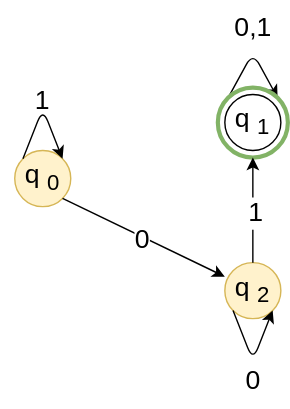
The draw.io diagram Slides/Figures/L01.drawio.svg in michaelsoltys/IAA, before a commit. Source tidied: cells renumbered, new cells last; positions are measured from the earlier drawing's top-left corner, leaving out a move shared by most shapes. Its diagram source:
```xml
<mxGraphModel>
  <root>
    <mxCell id="0" />
    <mxCell id="1" parent="0" />
    <mxCell id="2" value="q&lt;sub&gt;0&lt;/sub&gt;" style="ellipse;whiteSpace=wrap;html=1;fontSize=19;fillColor=#fff2cc;strokeColor=#d6b656;" parent="1" vertex="1">
      <mxGeometry x="10" y="107" width="40" height="40" as="geometry" />
    </mxCell>
    <mxCell id="3" value="q&lt;sub&gt;2&lt;/sub&gt;" style="ellipse;whiteSpace=wrap;html=1;fontSize=19;fillColor=#fff2cc;strokeColor=#d6b656;" parent="1" vertex="1">
      <mxGeometry x="160" y="187" width="40" height="40" as="geometry" />
    </mxCell>
    <mxCell id="4" value="q&lt;sub&gt;1&lt;/sub&gt;" style="ellipse;whiteSpace=wrap;html=1;fontSize=19;" parent="1" vertex="1">
      <mxGeometry x="160" y="67" width="40" height="40" as="geometry" />
    </mxCell>
    <mxCell id="5" style="edgeStyle=none;html=1;exitX=0;exitY=0;exitDx=0;exitDy=0;entryX=1;entryY=0;entryDx=0;entryDy=0;fontSize=19;" parent="1" edge="1" source="6" target="6">
      <mxGeometry relative="1" as="geometry">
        <Array as="points">
          <mxPoint x="180" y="37" />
        </Array>
      </mxGeometry>
    </mxCell>
    <mxCell id="6" style="ellipse;whiteSpace=wrap;html=1;fillColor=none;fontSize=19;strokeColor=#82b366;strokeWidth=3;" parent="1" vertex="1">
      <mxGeometry x="155" y="62" width="50" height="50" as="geometry" />
    </mxCell>
    <mxCell id="7" style="edgeStyle=none;jettySize=auto;html=1;exitX=1;exitY=1;exitDx=0;exitDy=0;entryX=0;entryY=0.25;entryDx=0;entryDy=0;entryPerimeter=0;fontSize=19;" parent="1" edge="1" source="2" target="3">
      <mxGeometry relative="1" as="geometry" />
    </mxCell>
    <mxCell id="8" value="0" style="edgeLabel;html=1;align=center;verticalAlign=middle;fontSize=19;" parent="7" vertex="1">
      <mxGeometry y="-2" relative="1" as="geometry" />
    </mxCell>
    <mxCell id="9" style="edgeStyle=none;orthogonalLoop=1;jettySize=auto;html=1;entryX=1;entryY=0;entryDx=0;entryDy=0;exitX=0;exitY=0;exitDx=0;exitDy=0;fontSize=19;" parent="1" edge="1" source="2" target="2">
      <mxGeometry relative="1" as="geometry">
        <Array as="points">
          <mxPoint x="30" y="77" />
        </Array>
      </mxGeometry>
    </mxCell>
    <mxCell id="10" value="1" style="text;strokeColor=none;align=center;fillColor=none;html=1;verticalAlign=middle;whiteSpace=wrap;rounded=0;fontSize=19;" parent="1" vertex="1">
      <mxGeometry y="57" width="60" height="30" as="geometry" />
    </mxCell>
    <mxCell id="11" value="0,1" style="text;html=1;align=center;verticalAlign=middle;strokeColor=none;fillColor=none;fontSize=19;" parent="1" vertex="1">
      <mxGeometry x="155" width="50" height="40" as="geometry" />
    </mxCell>
    <mxCell id="12" style="edgeStyle=none;orthogonalLoop=1;jettySize=auto;html=1;exitX=0;exitY=1;exitDx=0;exitDy=0;entryX=1;entryY=1;entryDx=0;entryDy=0;fontSize=19;" parent="1" edge="1" source="3" target="3">
      <mxGeometry relative="1" as="geometry">
        <Array as="points">
          <mxPoint x="180" y="257" />
        </Array>
      </mxGeometry>
    </mxCell>
    <mxCell id="13" value="0" style="text;html=1;align=center;verticalAlign=middle;strokeColor=none;fillColor=none;fontSize=19;" parent="1" vertex="1">
      <mxGeometry x="165" y="252" width="30" height="40" as="geometry" />
    </mxCell>
    <mxCell id="14" style="edgeStyle=none;jettySize=auto;html=1;exitX=0.5;exitY=0;exitDx=0;exitDy=0;entryX=0.5;entryY=1;entryDx=0;entryDy=0;fontSize=19;" parent="1" edge="1" source="3" target="6">
      <mxGeometry relative="1" as="geometry" />
    </mxCell>
    <mxCell id="15" value="1" style="edgeLabel;html=1;align=center;verticalAlign=middle;fontSize=19;" parent="14" vertex="1">
      <mxGeometry x="-0.04" y="-1" relative="1" as="geometry" />
    </mxCell>
  </root>
</mxGraphModel>
```
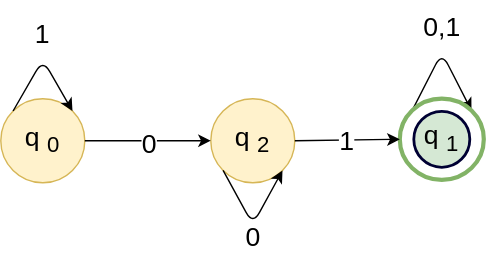
The same diagram one commit later.

Commit message:
Update L01.drawio.svg and adjust image size in slides_9.3.1.md

- Modified the SVG file to increase dimensions and adjust ellipse positions.
- Changed the image height in slides_9.3.1.md from 40 to 50 for better visibility.

Change to the diagram source:
```diff
@@ -3,25 +3,25 @@
     <mxCell id="0" />
     <mxCell id="1" parent="0" />
     <mxCell id="2" value="q&lt;sub&gt;0&lt;/sub&gt;" style="ellipse;whiteSpace=wrap;html=1;fontSize=19;fillColor=#fff2cc;strokeColor=#d6b656;" parent="1" vertex="1">
-      <mxGeometry x="10" y="107" width="40" height="40" as="geometry" />
+      <mxGeometry x="10" y="187" width="60" height="60" as="geometry" />
     </mxCell>
     <mxCell id="3" value="q&lt;sub&gt;2&lt;/sub&gt;" style="ellipse;whiteSpace=wrap;html=1;fontSize=19;fillColor=#fff2cc;strokeColor=#d6b656;" parent="1" vertex="1">
-      <mxGeometry x="160" y="187" width="40" height="40" as="geometry" />
+      <mxGeometry x="160" y="187" width="60" height="60" as="geometry" />
     </mxCell>
-    <mxCell id="4" value="q&lt;sub&gt;1&lt;/sub&gt;" style="ellipse;whiteSpace=wrap;html=1;fontSize=19;" parent="1" vertex="1">
-      <mxGeometry x="160" y="67" width="40" height="40" as="geometry" />
+    <mxCell id="4" value="q&lt;sub&gt;1&lt;/sub&gt;" style="ellipse;whiteSpace=wrap;html=1;fontSize=19;fillColor=#d5e8d4;strokeColor=light-dark(#000033,#446E2C);strokeWidth=2;" parent="1" vertex="1">
+      <mxGeometry x="305" y="196" width="40" height="40" as="geometry" />
     </mxCell>
     <mxCell id="5" style="edgeStyle=none;html=1;exitX=0;exitY=0;exitDx=0;exitDy=0;entryX=1;entryY=0;entryDx=0;entryDy=0;fontSize=19;" parent="1" edge="1" source="6" target="6">
       <mxGeometry relative="1" as="geometry">
         <Array as="points">
-          <mxPoint x="180" y="37" />
+          <mxPoint x="325" y="154" />
         </Array>
       </mxGeometry>
     </mxCell>
     <mxCell id="6" style="ellipse;whiteSpace=wrap;html=1;fillColor=none;fontSize=19;strokeColor=#82b366;strokeWidth=3;" parent="1" vertex="1">
-      <mxGeometry x="155" y="62" width="50" height="50" as="geometry" />
+      <mxGeometry x="295" y="187" width="60" height="58" as="geometry" />
     </mxCell>
-    <mxCell id="7" style="edgeStyle=none;jettySize=auto;html=1;exitX=1;exitY=1;exitDx=0;exitDy=0;entryX=0;entryY=0.25;entryDx=0;entryDy=0;entryPerimeter=0;fontSize=19;" parent="1" edge="1" source="2" target="3">
+    <mxCell id="7" style="edgeStyle=none;jettySize=auto;html=1;exitX=1;exitY=0.5;exitDx=0;exitDy=0;fontSize=19;entryX=0;entryY=0.5;entryDx=0;entryDy=0;" parent="1" edge="1" source="2" target="3">
       <mxGeometry relative="1" as="geometry" />
     </mxCell>
     <mxCell id="8" value="0" style="edgeLabel;html=1;align=center;verticalAlign=middle;fontSize=19;" parent="7" vertex="1">
@@ -30,27 +30,27 @@
     <mxCell id="9" style="edgeStyle=none;orthogonalLoop=1;jettySize=auto;html=1;entryX=1;entryY=0;entryDx=0;entryDy=0;exitX=0;exitY=0;exitDx=0;exitDy=0;fontSize=19;" parent="1" edge="1" source="2" target="2">
       <mxGeometry relative="1" as="geometry">
         <Array as="points">
-          <mxPoint x="30" y="77" />
+          <mxPoint x="40" y="159" />
         </Array>
       </mxGeometry>
     </mxCell>
     <mxCell id="10" value="1" style="text;strokeColor=none;align=center;fillColor=none;html=1;verticalAlign=middle;whiteSpace=wrap;rounded=0;fontSize=19;" parent="1" vertex="1">
-      <mxGeometry y="57" width="60" height="30" as="geometry" />
+      <mxGeometry x="10" y="127" width="60" height="30" as="geometry" />
     </mxCell>
     <mxCell id="11" value="0,1" style="text;html=1;align=center;verticalAlign=middle;strokeColor=none;fillColor=none;fontSize=19;" parent="1" vertex="1">
-      <mxGeometry x="155" width="50" height="40" as="geometry" />
+      <mxGeometry x="300" y="117" width="50" height="40" as="geometry" />
     </mxCell>
     <mxCell id="12" style="edgeStyle=none;orthogonalLoop=1;jettySize=auto;html=1;exitX=0;exitY=1;exitDx=0;exitDy=0;entryX=1;entryY=1;entryDx=0;entryDy=0;fontSize=19;" parent="1" edge="1" source="3" target="3">
       <mxGeometry relative="1" as="geometry">
         <Array as="points">
-          <mxPoint x="180" y="257" />
+          <mxPoint x="190" y="277" />
         </Array>
       </mxGeometry>
     </mxCell>
     <mxCell id="13" value="0" style="text;html=1;align=center;verticalAlign=middle;strokeColor=none;fillColor=none;fontSize=19;" parent="1" vertex="1">
-      <mxGeometry x="165" y="252" width="30" height="40" as="geometry" />
+      <mxGeometry x="175" y="267" width="30" height="40" as="geometry" />
     </mxCell>
-    <mxCell id="14" style="edgeStyle=none;jettySize=auto;html=1;exitX=0.5;exitY=0;exitDx=0;exitDy=0;entryX=0.5;entryY=1;entryDx=0;entryDy=0;fontSize=19;" parent="1" edge="1" source="3" target="6">
+    <mxCell id="14" style="edgeStyle=none;jettySize=auto;html=1;entryX=0;entryY=0.5;entryDx=0;entryDy=0;fontSize=19;exitX=1;exitY=0.5;exitDx=0;exitDy=0;" parent="1" edge="1" source="3" target="6">
       <mxGeometry relative="1" as="geometry" />
     </mxCell>
     <mxCell id="15" value="1" style="edgeLabel;html=1;align=center;verticalAlign=middle;fontSize=19;" parent="14" vertex="1">
```
